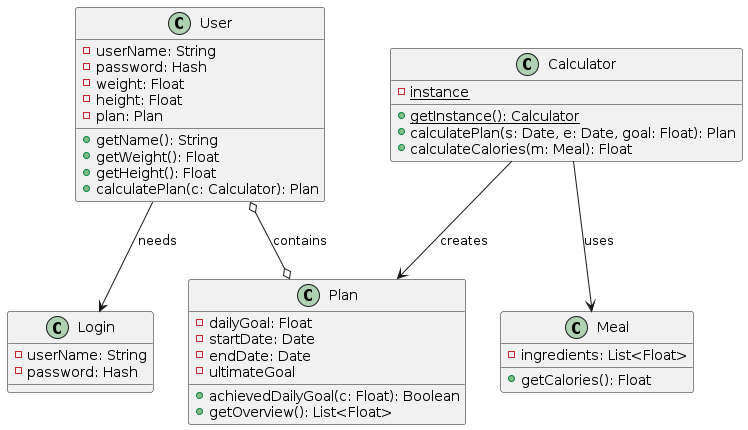
The PlantUML diagram images/structure.png in 2223-3bhif-syp/02-projekte-CalorieCounter, before a commit.
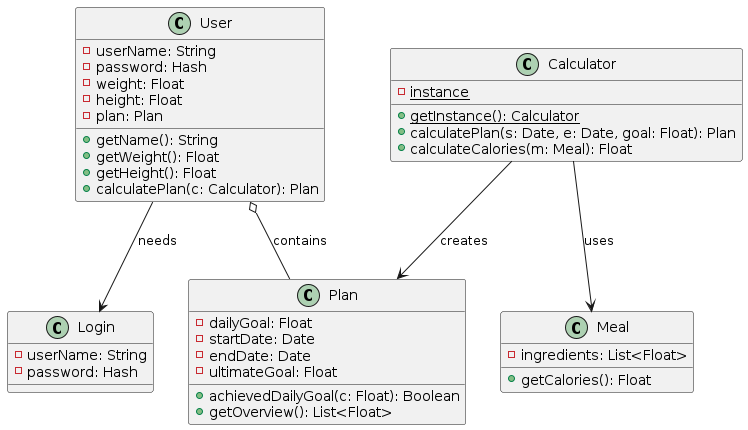
After the commit.

The edit, as a diff of the source:
```diff
@@ -15,7 +15,7 @@
     - dailyGoal: Float
     - startDate: Date
     - endDate: Date
-    - ultimateGoal
+    - ultimateGoal: Float
     + achievedDailyGoal(c: Float): Boolean
     + getOverview(): List<Float>
 }
@@ -36,7 +36,7 @@
 
 Calculator --> Plan : creates
 Calculator --> Meal : uses
-User o--o Plan : contains
+User o-- Plan : contains
 User --> Login : needs
 
 @enduml
```
